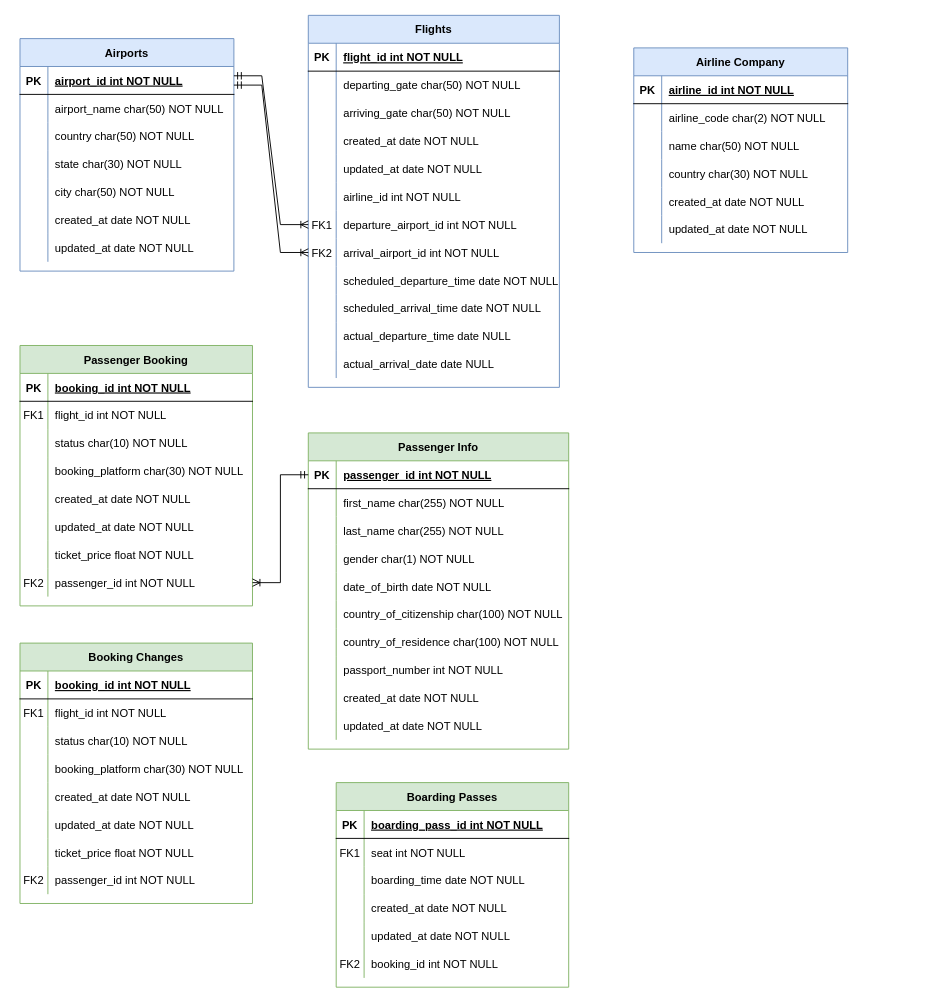
AnyokaCS/DBMS keeps this draw.io diagram as Db-assignment1.drawio. Above is the earlier version. Source tidied: cells renumbered, new cells numbered last; positions are measured from the earlier drawing's top-left corner, leaving out a move shared by most shapes. Both pictures are drawn from the tidied source at 93%, with x=0, y=0 at pixel (20, 15).
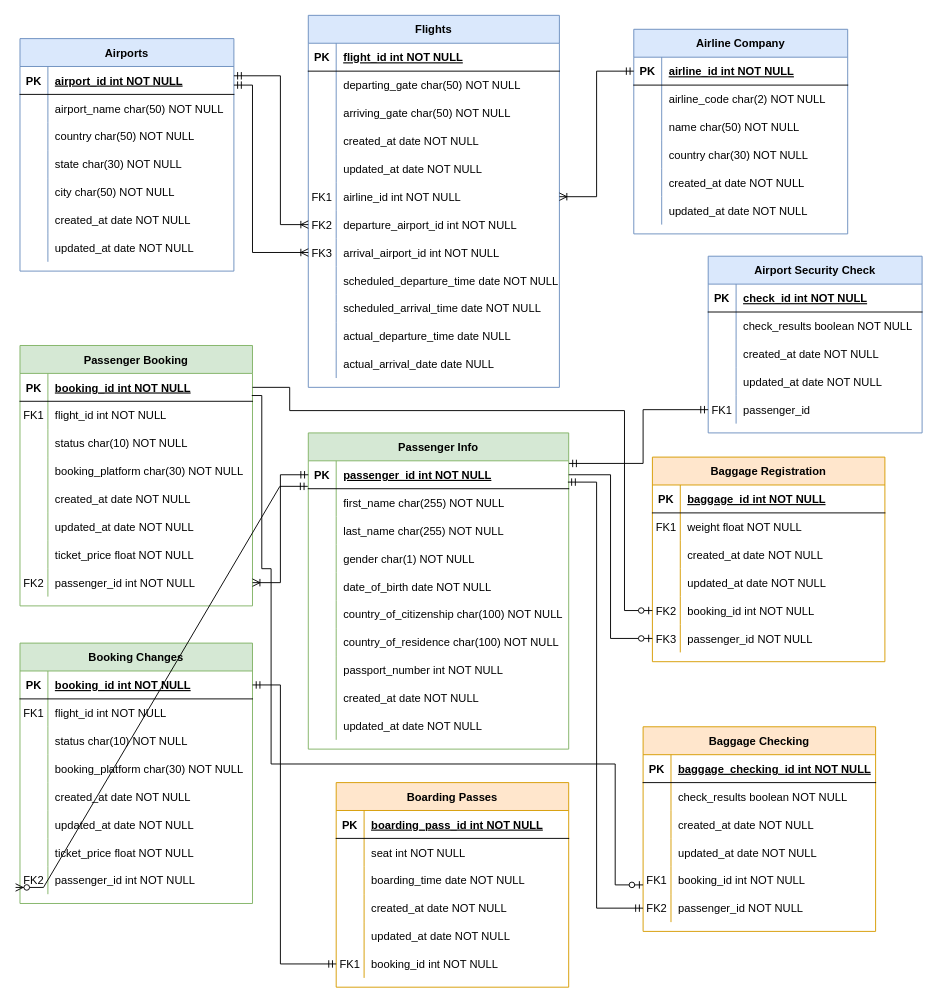
The same page after the edit.

Unchanged cells that the change refers to:
```xml
<mxCell id="40" style="shape=partialRectangle;fillColor=none;points=[[0,0.5],[1,0.5]];portConstraint=eastwest;top=0;left=0;right=0;bottom=0;" parent="24" vertex="1">
  <mxGeometry y="180" width="270" height="30" as="geometry" />
</mxCell>
<mxCell id="43" style="shape=partialRectangle;fillColor=none;points=[[0,0.5],[1,0.5]];portConstraint=eastwest;top=0;left=0;right=0;bottom=0;" parent="24" vertex="1">
  <mxGeometry y="210" width="270" height="30" as="geometry" />
</mxCell>
<mxCell id="46" style="shape=partialRectangle;fillColor=none;points=[[0,0.5],[1,0.5]];portConstraint=eastwest;top=0;left=0;right=0;bottom=0;" parent="24" vertex="1">
  <mxGeometry y="240" width="270" height="30" as="geometry" />
</mxCell>
<mxCell id="62" style="shape=partialRectangle;fillColor=none;points=[[0,0.5],[1,0.5]];portConstraint=eastwest;top=0;left=0;right=0;bottom=1;" parent="61" vertex="1">
  <mxGeometry y="30" width="230" height="30" as="geometry" />
</mxCell>
<mxCell id="83" style="shape=partialRectangle;fillColor=none;points=[[0,0.5],[1,0.5]];portConstraint=eastwest;top=0;left=0;right=0;bottom=1;" parent="82" vertex="1">
  <mxGeometry y="30" width="250" height="30" as="geometry" />
</mxCell>
<mxCell id="108" style="shape=partialRectangle;fillColor=none;points=[[0,0.5],[1,0.5]];portConstraint=eastwest;top=0;left=0;right=0;bottom=1;" parent="107" vertex="1">
  <mxGeometry y="30" width="280" height="30" as="geometry" />
</mxCell>
<mxCell id="140" style="shape=partialRectangle;fillColor=none;points=[[0,0.5],[1,0.5]];portConstraint=eastwest;top=0;left=0;right=0;bottom=1;" parent="139" vertex="1">
  <mxGeometry y="30" width="250" height="30" as="geometry" />
</mxCell>
<mxCell id="161" style="shape=partialRectangle;fillColor=none;points=[[0,0.5],[1,0.5]];portConstraint=eastwest;top=0;left=0;right=0;bottom=0;" parent="139" vertex="1">
  <mxGeometry y="240" width="250" height="30" as="geometry" />
</mxCell>
<mxCell id="168" style="shape=partialRectangle;fillColor=none;top=0;left=0;right=0;bottom=0;" parent="164" vertex="1">
  <mxGeometry y="60" width="250" height="30" as="geometry" />
</mxCell>
<mxCell id="180" style="shape=partialRectangle;fillColor=none;points=[[0,0.5],[1,0.5]];portConstraint=eastwest;top=0;left=0;right=0;bottom=0;" parent="164" vertex="1">
  <mxGeometry y="180" width="250" height="30" as="geometry" />
</mxCell>
```

Diff of the diagram source:
```diff
@@
-    <mxCell id="41" style="shape=partialRectangle;overflow=hidden;fillColor=none;top=0;left=0;bottom=0;right=0;" parent="40" vertex="1">
+    <mxCell id="41" value="FK1" style="shape=partialRectangle;overflow=hidden;fillColor=none;top=0;left=0;bottom=0;right=0;" parent="40" vertex="1">
       <mxGeometry width="30" height="30" as="geometry" />
     </mxCell>
@@
-    <mxCell id="44" value="FK1" style="shape=partialRectangle;overflow=hidden;fillColor=none;top=0;left=0;bottom=0;right=0;" parent="43" vertex="1">
+    <mxCell id="44" value="FK2" style="shape=partialRectangle;overflow=hidden;fillColor=none;top=0;left=0;bottom=0;right=0;" parent="43" vertex="1">
       <mxGeometry width="30" height="30" as="geometry" />
     </mxCell>
@@
-    <mxCell id="47" value="FK2" style="shape=partialRectangle;overflow=hidden;fillColor=none;top=0;left=0;bottom=0;right=0;" parent="46" vertex="1">
+    <mxCell id="47" value="FK3" style="shape=partialRectangle;overflow=hidden;fillColor=none;top=0;left=0;bottom=0;right=0;" parent="46" vertex="1">
       <mxGeometry width="30" height="30" as="geometry" />
     </mxCell>
@@
     <mxCell id="61" value="Airline Company" style="shape=table;startSize=30;childLayout=tableLayout;rowLines=0;fontStyle=1;align=center;fillColor=#dae8fc;strokeColor=#6c8ebf;" parent="1" vertex="1">
-      <mxGeometry x="660" y="35" width="230" height="220" as="geometry" />
+      <mxGeometry x="660" y="15" width="230" height="220" as="geometry" />
     </mxCell>
@@
-    <mxCell id="80" style="edgeStyle=entityRelationEdgeStyle;fontSize=12;html=1;endArrow=ERoneToMany;startArrow=ERmandOne;rounded=0;entryX=0;entryY=0.5;entryDx=0;entryDy=0;" parent="1" edge="1" target="43">
+    <mxCell id="80" style="edgeStyle=orthogonalEdgeStyle;fontSize=12;html=1;endArrow=ERoneToMany;startArrow=ERmandOne;rounded=0;entryX=0;entryY=0.5;entryDx=0;entryDy=0;" parent="1" edge="1" target="43">
       <mxGeometry relative="1" as="geometry">
         <mxPoint x="230" y="65" as="sourcePoint" />
         <Array as="points">
-          <mxPoint x="250" y="65" />
-          <mxPoint x="240" y="65" />
+          <mxPoint x="280" y="65" />
+          <mxPoint x="280" y="225" />
         </Array>
       </mxGeometry>
     </mxCell>
-    <mxCell id="81" style="edgeStyle=entityRelationEdgeStyle;fontSize=12;html=1;endArrow=ERoneToMany;startArrow=ERmandOne;rounded=0;entryX=0;entryY=0.5;entryDx=0;entryDy=0;" parent="1" edge="1" target="46">
+    <mxCell id="81" style="edgeStyle=orthogonalEdgeStyle;fontSize=12;html=1;endArrow=ERoneToMany;startArrow=ERmandOne;rounded=0;entryX=0;entryY=0.5;entryDx=0;entryDy=0;" parent="1" edge="1" target="46">
       <mxGeometry relative="1" as="geometry">
         <mxPoint x="230" y="75" as="sourcePoint" />
         <Array as="points">
-          <mxPoint x="270" y="185" />
+          <mxPoint x="250" y="75" />
+          <mxPoint x="250" y="255" />
         </Array>
       </mxGeometry>
     </mxCell>
@@
-    <mxCell id="164" value="Boarding Passes" style="shape=table;startSize=30;childLayout=tableLayout;rowLines=0;fontStyle=1;align=center;fillColor=#d5e8d4;strokeColor=#82b366;" parent="1" vertex="1">
+    <mxCell id="164" value="Boarding Passes" style="shape=table;startSize=30;childLayout=tableLayout;rowLines=0;fontStyle=1;align=center;fillColor=#ffe6cc;strokeColor=#d79b00;" parent="1" vertex="1">
       <mxGeometry x="340" y="825" width="250" height="220" as="geometry" />
     </mxCell>
@@
-    <mxCell id="169" value="FK1" style="shape=partialRectangle;overflow=hidden;fillColor=none;top=0;left=0;bottom=0;right=0;" parent="168" vertex="1">
+    <mxCell id="169" style="shape=partialRectangle;overflow=hidden;fillColor=none;top=0;left=0;bottom=0;right=0;" parent="168" vertex="1">
       <mxGeometry width="30" height="30" as="geometry" />
     </mxCell>
@@
-    <mxCell id="181" value="FK2" style="shape=partialRectangle;overflow=hidden;fillColor=none;top=0;left=0;bottom=0;right=0;" parent="180" vertex="1">
+    <mxCell id="181" value="FK1" style="shape=partialRectangle;overflow=hidden;fillColor=none;top=0;left=0;bottom=0;right=0;" parent="180" vertex="1">
       <mxGeometry width="30" height="30" as="geometry" />
     </mxCell>
@@
+    <mxCell id="183" value="Airport Security Check" style="shape=table;startSize=30;childLayout=tableLayout;rowLines=0;fontStyle=1;align=center;fillColor=#dae8fc;strokeColor=#6c8ebf;" parent="1" vertex="1">
+      <mxGeometry x="740" y="259" width="230" height="190" as="geometry" />
+    </mxCell>
+    <mxCell id="184" style="shape=partialRectangle;fillColor=none;top=0;left=0;right=0;bottom=1;" parent="183" vertex="1">
+      <mxGeometry y="30" width="230" height="30" as="geometry" />
+    </mxCell>
+    <mxCell id="185" value="PK" style="shape=partialRectangle;overflow=hidden;fillColor=none;top=0;left=0;bottom=0;right=0;fontStyle=1;" parent="184" vertex="1">
+      <mxGeometry width="30" height="30" as="geometry" />
+    </mxCell>
+    <mxCell id="186" value="check_id int NOT NULL " style="shape=partialRectangle;overflow=hidden;fillColor=none;top=0;left=0;bottom=0;right=0;align=left;spacingLeft=6;fontStyle=5;" parent="184" vertex="1">
+      <mxGeometry x="30" width="200" height="30" as="geometry" />
+    </mxCell>
+    <mxCell id="187" style="shape=partialRectangle;fillColor=none;top=0;left=0;right=0;bottom=0;" parent="183" vertex="1">
+      <mxGeometry y="60" width="230" height="30" as="geometry" />
+    </mxCell>
+    <mxCell id="188" style="shape=partialRectangle;overflow=hidden;fillColor=none;top=0;left=0;bottom=0;right=0;" parent="187" vertex="1">
+      <mxGeometry width="30" height="30" as="geometry" />
+    </mxCell>
+    <mxCell id="189" value="check_results boolean NOT NULL" style="shape=partialRectangle;overflow=hidden;fillColor=none;top=0;left=0;bottom=0;right=0;align=left;spacingLeft=6;" parent="187" vertex="1">
+      <mxGeometry x="30" width="200" height="30" as="geometry" />
+    </mxCell>
+    <mxCell id="190" style="shape=partialRectangle;fillColor=none;top=0;left=0;right=0;bottom=0;" parent="183" vertex="1">
+      <mxGeometry y="90" width="230" height="30" as="geometry" />
+    </mxCell>
+    <mxCell id="191" style="shape=partialRectangle;overflow=hidden;fillColor=none;top=0;left=0;bottom=0;right=0;" parent="190" vertex="1">
+      <mxGeometry width="30" height="30" as="geometry" />
+    </mxCell>
+    <mxCell id="192" value="created_at date NOT NULL" style="shape=partialRectangle;overflow=hidden;fillColor=none;top=0;left=0;bottom=0;right=0;align=left;spacingLeft=6;" parent="190" vertex="1">
+      <mxGeometry x="30" width="200" height="30" as="geometry" />
+    </mxCell>
+    <mxCell id="193" style="shape=partialRectangle;fillColor=none;top=0;left=0;right=0;bottom=0;" parent="183" vertex="1">
+      <mxGeometry y="120" width="230" height="30" as="geometry" />
+    </mxCell>
+    <mxCell id="194" style="shape=partialRectangle;overflow=hidden;fillColor=none;top=0;left=0;bottom=0;right=0;" parent="193" vertex="1">
+      <mxGeometry width="30" height="30" as="geometry" />
+    </mxCell>
+    <mxCell id="195" value="updated_at date NOT NULL" style="shape=partialRectangle;overflow=hidden;fillColor=none;top=0;left=0;bottom=0;right=0;align=left;spacingLeft=6;" parent="193" vertex="1">
+      <mxGeometry x="30" width="200" height="30" as="geometry" />
+    </mxCell>
+    <mxCell id="196" style="shape=partialRectangle;fillColor=none;points=[[0,0.5],[1,0.5]];portConstraint=eastwest;top=0;left=0;right=0;bottom=0;" parent="183" vertex="1">
+      <mxGeometry y="150" width="230" height="30" as="geometry" />
+    </mxCell>
+    <mxCell id="197" value="FK1" style="shape=partialRectangle;overflow=hidden;fillColor=none;top=0;left=0;bottom=0;right=0;" parent="196" vertex="1">
+      <mxGeometry width="30" height="30" as="geometry" />
+    </mxCell>
+    <mxCell id="198" value="passenger_id" style="shape=partialRectangle;overflow=hidden;fillColor=none;top=0;left=0;bottom=0;right=0;align=left;spacingLeft=6;" parent="196" vertex="1">
+      <mxGeometry x="30" width="200" height="30" as="geometry" />
+    </mxCell>
+    <mxCell id="199" value="Baggage Registration" style="shape=table;startSize=30;childLayout=tableLayout;rowLines=0;fontStyle=1;align=center;fillColor=#ffe6cc;strokeColor=#d79b00;" parent="1" vertex="1">
+      <mxGeometry x="680" y="475" width="250" height="220" as="geometry" />
+    </mxCell>
+    <mxCell id="200" style="shape=partialRectangle;fillColor=none;top=0;left=0;right=0;bottom=1;" parent="199" vertex="1">
+      <mxGeometry y="30" width="250" height="30" as="geometry" />
+    </mxCell>
+    <mxCell id="201" value="PK" style="shape=partialRectangle;overflow=hidden;fillColor=none;top=0;left=0;bottom=0;right=0;fontStyle=1;" parent="200" vertex="1">
+      <mxGeometry width="30" height="30" as="geometry" />
+    </mxCell>
+    <mxCell id="202" value="baggage_id int NOT NULL " style="shape=partialRectangle;overflow=hidden;fillColor=none;top=0;left=0;bottom=0;right=0;align=left;spacingLeft=6;fontStyle=5;" parent="200" vertex="1">
+      <mxGeometry x="30" width="220" height="30" as="geometry" />
+    </mxCell>
+    <mxCell id="203" style="shape=partialRectangle;fillColor=none;top=0;left=0;right=0;bottom=0;" parent="199" vertex="1">
+      <mxGeometry y="60" width="250" height="30" as="geometry" />
+    </mxCell>
+    <mxCell id="204" value="FK1" style="shape=partialRectangle;overflow=hidden;fillColor=none;top=0;left=0;bottom=0;right=0;" parent="203" vertex="1">
+      <mxGeometry width="30" height="30" as="geometry" />
+    </mxCell>
+    <mxCell id="205" value="weight float NOT NULL" style="shape=partialRectangle;overflow=hidden;fillColor=none;top=0;left=0;bottom=0;right=0;align=left;spacingLeft=6;" parent="203" vertex="1">
+      <mxGeometry x="30" width="220" height="30" as="geometry" />
+    </mxCell>
+    <mxCell id="206" style="shape=partialRectangle;fillColor=none;top=0;left=0;right=0;bottom=0;" parent="199" vertex="1">
+      <mxGeometry y="90" width="250" height="30" as="geometry" />
+    </mxCell>
+    <mxCell id="207" style="shape=partialRectangle;overflow=hidden;fillColor=none;top=0;left=0;bottom=0;right=0;" parent="206" vertex="1">
+      <mxGeometry width="30" height="30" as="geometry" />
+    </mxCell>
+    <mxCell id="208" value="created_at date NOT NULL" style="shape=partialRectangle;overflow=hidden;fillColor=none;top=0;left=0;bottom=0;right=0;align=left;spacingLeft=6;" parent="206" vertex="1">
+      <mxGeometry x="30" width="220" height="30" as="geometry" />
+    </mxCell>
+    <mxCell id="209" style="shape=partialRectangle;fillColor=none;top=0;left=0;right=0;bottom=0;" parent="199" vertex="1">
+      <mxGeometry y="120" width="250" height="30" as="geometry" />
+    </mxCell>
+    <mxCell id="210" style="shape=partialRectangle;overflow=hidden;fillColor=none;top=0;left=0;bottom=0;right=0;" parent="209" vertex="1">
+      <mxGeometry width="30" height="30" as="geometry" />
+    </mxCell>
+    <mxCell id="211" value="updated_at date NOT NULL" style="shape=partialRectangle;overflow=hidden;fillColor=none;top=0;left=0;bottom=0;right=0;align=left;spacingLeft=6;" parent="209" vertex="1">
+      <mxGeometry x="30" width="220" height="30" as="geometry" />
+    </mxCell>
+    <mxCell id="212" style="shape=partialRectangle;fillColor=none;points=[[0,0.5],[1,0.5]];portConstraint=eastwest;top=0;left=0;right=0;bottom=0;" parent="199" vertex="1">
+      <mxGeometry y="150" width="250" height="30" as="geometry" />
+    </mxCell>
+    <mxCell id="213" value="FK2" style="shape=partialRectangle;overflow=hidden;fillColor=none;top=0;left=0;bottom=0;right=0;" parent="212" vertex="1">
+      <mxGeometry width="30" height="30" as="geometry" />
+    </mxCell>
+    <mxCell id="214" value="booking_id int NOT NULL" style="shape=partialRectangle;overflow=hidden;fillColor=none;top=0;left=0;bottom=0;right=0;align=left;spacingLeft=6;" parent="212" vertex="1">
+      <mxGeometry x="30" width="220" height="30" as="geometry" />
+    </mxCell>
+    <mxCell id="215" style="shape=partialRectangle;fillColor=none;points=[[0,0.5],[1,0.5]];portConstraint=eastwest;top=0;left=0;right=0;bottom=0;" parent="199" vertex="1">
+      <mxGeometry y="180" width="250" height="30" as="geometry" />
+    </mxCell>
+    <mxCell id="216" value="FK3" style="shape=partialRectangle;overflow=hidden;fillColor=none;top=0;left=0;bottom=0;right=0;" parent="215" vertex="1">
+      <mxGeometry width="30" height="30" as="geometry" />
+    </mxCell>
+    <mxCell id="217" value="passenger_id NOT NULL" style="shape=partialRectangle;overflow=hidden;fillColor=none;top=0;left=0;bottom=0;right=0;align=left;spacingLeft=6;" parent="215" vertex="1">
+      <mxGeometry x="30" width="220" height="30" as="geometry" />
+    </mxCell>
+    <mxCell id="218" value="Baggage Checking" style="shape=table;startSize=30;childLayout=tableLayout;rowLines=0;fontStyle=1;align=center;fillColor=#ffe6cc;strokeColor=#d79b00;" parent="1" vertex="1">
+      <mxGeometry x="670" y="765" width="250" height="220" as="geometry" />
+    </mxCell>
+    <mxCell id="219" style="shape=partialRectangle;fillColor=none;top=0;left=0;right=0;bottom=1;" parent="218" vertex="1">
+      <mxGeometry y="30" width="250" height="30" as="geometry" />
+    </mxCell>
+    <mxCell id="220" value="PK" style="shape=partialRectangle;overflow=hidden;fillColor=none;top=0;left=0;bottom=0;right=0;fontStyle=1;" parent="219" vertex="1">
+      <mxGeometry width="30" height="30" as="geometry" />
+    </mxCell>
+    <mxCell id="221" value="baggage_checking_id int NOT NULL " style="shape=partialRectangle;overflow=hidden;fillColor=none;top=0;left=0;bottom=0;right=0;align=left;spacingLeft=6;fontStyle=5;" parent="219" vertex="1">
+      <mxGeometry x="30" width="220" height="30" as="geometry" />
+    </mxCell>
+    <mxCell id="222" style="shape=partialRectangle;fillColor=none;top=0;left=0;right=0;bottom=0;" parent="218" vertex="1">
+      <mxGeometry y="60" width="250" height="30" as="geometry" />
+    </mxCell>
+    <mxCell id="223" style="shape=partialRectangle;overflow=hidden;fillColor=none;top=0;left=0;bottom=0;right=0;" parent="222" vertex="1">
+      <mxGeometry width="30" height="30" as="geometry" />
+    </mxCell>
+    <mxCell id="224" value="check_results boolean NOT NULL" style="shape=partialRectangle;overflow=hidden;fillColor=none;top=0;left=0;bottom=0;right=0;align=left;spacingLeft=6;" parent="222" vertex="1">
+      <mxGeometry x="30" width="220" height="30" as="geometry" />
+    </mxCell>
+    <mxCell id="225" style="shape=partialRectangle;fillColor=none;top=0;left=0;right=0;bottom=0;" parent="218" vertex="1">
+      <mxGeometry y="90" width="250" height="30" as="geometry" />
+    </mxCell>
+    <mxCell id="226" style="shape=partialRectangle;overflow=hidden;fillColor=none;top=0;left=0;bottom=0;right=0;" parent="225" vertex="1">
+      <mxGeometry width="30" height="30" as="geometry" />
+    </mxCell>
+    <mxCell id="227" value="created_at date NOT NULL" style="shape=partialRectangle;overflow=hidden;fillColor=none;top=0;left=0;bottom=0;right=0;align=left;spacingLeft=6;" parent="225" vertex="1">
+      <mxGeometry x="30" width="220" height="30" as="geometry" />
+    </mxCell>
+    <mxCell id="228" style="shape=partialRectangle;fillColor=none;top=0;left=0;right=0;bottom=0;" parent="218" vertex="1">
+      <mxGeometry y="120" width="250" height="30" as="geometry" />
+    </mxCell>
+    <mxCell id="229" style="shape=partialRectangle;overflow=hidden;fillColor=none;top=0;left=0;bottom=0;right=0;" parent="228" vertex="1">
+      <mxGeometry width="30" height="30" as="geometry" />
+    </mxCell>
+    <mxCell id="230" value="updated_at date NOT NULL" style="shape=partialRectangle;overflow=hidden;fillColor=none;top=0;left=0;bottom=0;right=0;align=left;spacingLeft=6;" parent="228" vertex="1">
+      <mxGeometry x="30" width="220" height="30" as="geometry" />
+    </mxCell>
+    <mxCell id="231" style="shape=partialRectangle;fillColor=none;top=0;left=0;right=0;bottom=0;" parent="218" vertex="1">
+      <mxGeometry y="150" width="250" height="30" as="geometry" />
+    </mxCell>
+    <mxCell id="232" value="FK1" style="shape=partialRectangle;overflow=hidden;fillColor=none;top=0;left=0;bottom=0;right=0;" parent="231" vertex="1">
+      <mxGeometry width="30" height="30" as="geometry" />
+    </mxCell>
+    <mxCell id="233" value="booking_id int NOT NULL" style="shape=partialRectangle;overflow=hidden;fillColor=none;top=0;left=0;bottom=0;right=0;align=left;spacingLeft=6;" parent="231" vertex="1">
+      <mxGeometry x="30" width="220" height="30" as="geometry" />
+    </mxCell>
+    <mxCell id="234" style="shape=partialRectangle;fillColor=none;points=[[0,0.5],[1,0.5]];portConstraint=eastwest;top=0;left=0;right=0;bottom=0;" parent="218" vertex="1">
+      <mxGeometry y="180" width="250" height="30" as="geometry" />
+    </mxCell>
+    <mxCell id="235" value="FK2" style="shape=partialRectangle;overflow=hidden;fillColor=none;top=0;left=0;bottom=0;right=0;" parent="234" vertex="1">
+      <mxGeometry width="30" height="30" as="geometry" />
+    </mxCell>
+    <mxCell id="236" value="passenger_id NOT NULL" style="shape=partialRectangle;overflow=hidden;fillColor=none;top=0;left=0;bottom=0;right=0;align=left;spacingLeft=6;" parent="234" vertex="1">
+      <mxGeometry x="30" width="220" height="30" as="geometry" />
+    </mxCell>
+    <mxCell id="237" style="edgeStyle=orthogonalEdgeStyle;fontSize=12;html=1;endArrow=ERzeroToOne;endFill=1;rounded=0;exitX=1;exitY=0.5;exitDx=0;exitDy=0;" parent="1" edge="1" source="108" target="215">
+      <mxGeometry relative="1" as="geometry" />
+    </mxCell>
+    <mxCell id="238" style="edgeStyle=orthogonalEdgeStyle;fontSize=12;html=1;endArrow=ERzeroToOne;endFill=1;rounded=0;exitX=1;exitY=0.5;exitDx=0;exitDy=0;entryX=0;entryY=0.5;entryDx=0;entryDy=0;" parent="1" edge="1" source="83" target="212">
+      <mxGeometry relative="1" as="geometry">
+        <Array as="points">
+          <mxPoint x="290" y="400" />
+          <mxPoint x="290" y="425" />
+          <mxPoint x="650" y="425" />
+          <mxPoint x="650" y="640" />
+        </Array>
+      </mxGeometry>
+    </mxCell>
+    <mxCell id="239" style="edgeStyle=orthogonalEdgeStyle;fontSize=12;html=1;endArrow=ERmandOne;startArrow=ERmandOne;rounded=0;exitX=1.001;exitY=0.094;exitDx=0;exitDy=0;exitPerimeter=0;entryX=0;entryY=0.5;entryDx=0;entryDy=0;" parent="1" edge="1" source="108" target="196">
+      <mxGeometry relative="1" as="geometry">
+        <Array as="points">
+          <mxPoint x="670" y="482" />
+          <mxPoint x="670" y="424" />
+        </Array>
+      </mxGeometry>
+    </mxCell>
+    <mxCell id="240" style="fontSize=12;html=1;endArrow=ERoneToMany;startArrow=ERmandOne;rounded=0;exitX=0;exitY=0.5;exitDx=0;exitDy=0;entryX=1;entryY=0.5;entryDx=0;entryDy=0;edgeStyle=orthogonalEdgeStyle;" parent="1" edge="1" source="62" target="40">
+      <mxGeometry relative="1" as="geometry" />
+    </mxCell>
+    <mxCell id="241" style="edgeStyle=orthogonalEdgeStyle;fontSize=12;html=1;endArrow=ERmandOne;startArrow=ERmandOne;rounded=0;" parent="1" edge="1" source="140" target="180">
+      <mxGeometry relative="1" as="geometry">
+        <Array as="points">
+          <mxPoint x="280" y="720" />
+          <mxPoint x="280" y="1020" />
+        </Array>
+      </mxGeometry>
+    </mxCell>
+    <mxCell id="242" style="edgeStyle=entityRelationEdgeStyle;fontSize=12;html=1;endArrow=ERzeroToMany;startArrow=ERmandOne;rounded=0;exitX=-0.002;exitY=0.915;exitDx=0;exitDy=0;exitPerimeter=0;entryX=-0.019;entryY=0.758;entryDx=0;entryDy=0;entryPerimeter=0;elbow=vertical;" parent="1" edge="1" source="108" target="161">
+      <mxGeometry relative="1" as="geometry" />
+    </mxCell>
+    <mxCell id="243" style="edgeStyle=orthogonalEdgeStyle;fontSize=12;html=1;endArrow=ERmandOne;startArrow=ERmandOne;rounded=0;exitX=0.997;exitY=0.763;exitDx=0;exitDy=0;exitPerimeter=0;" parent="1" edge="1" source="108" target="234">
+      <mxGeometry relative="1" as="geometry">
+        <Array as="points">
+          <mxPoint x="620" y="502" />
+          <mxPoint x="620" y="960" />
+        </Array>
+      </mxGeometry>
+    </mxCell>
+    <mxCell id="244" style="edgeStyle=orthogonalEdgeStyle;fontSize=12;html=1;endArrow=ERzeroToOne;endFill=1;rounded=0;exitX=0.997;exitY=0.793;exitDx=0;exitDy=0;entryX=0;entryY=0.5;entryDx=0;entryDy=0;exitPerimeter=0;" parent="1" edge="1" source="83">
+      <mxGeometry relative="1" as="geometry">
+        <mxPoint x="670" y="935" as="targetPoint" />
+        <Array as="points">
+          <mxPoint x="260" y="409" />
+          <mxPoint x="260" y="595" />
+          <mxPoint x="270" y="595" />
+          <mxPoint x="270" y="805" />
+          <mxPoint x="640" y="805" />
+          <mxPoint x="640" y="935" />
+        </Array>
+      </mxGeometry>
+    </mxCell>
```
